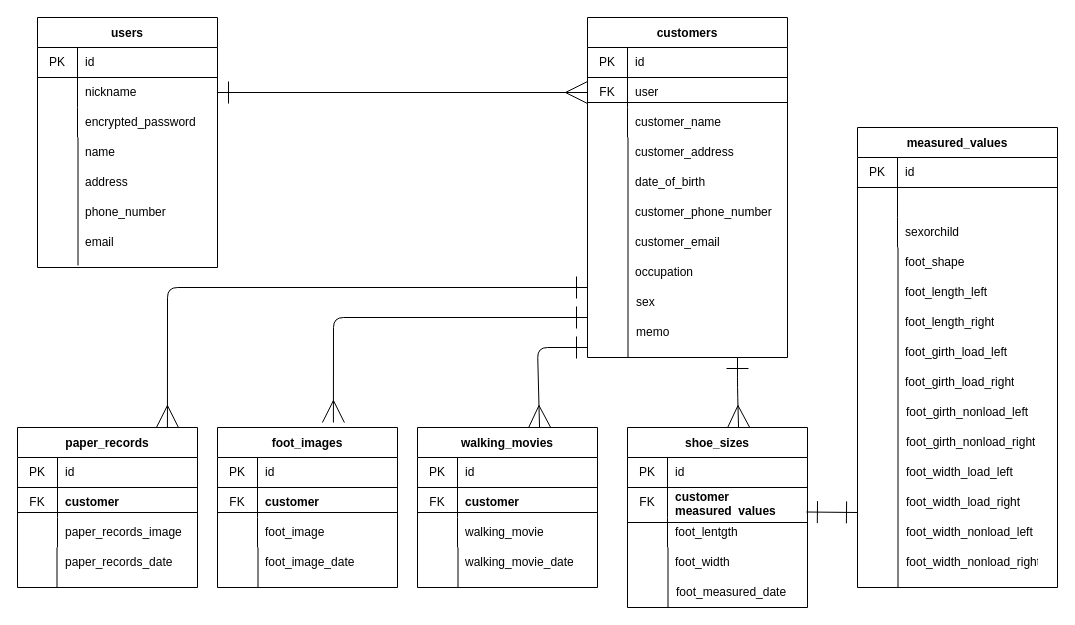
coffta/shoefit-pro keeps this draw.io diagram as ER図.dio. Above is the earlier version. Source tidied: cells renumbered, new cells numbered last; positions are measured from the earlier drawing's top-left corner, leaving out a move shared by most shapes. Both pictures are drawn from the tidied source at 100%, with x=0, y=0 at pixel (17, 17).
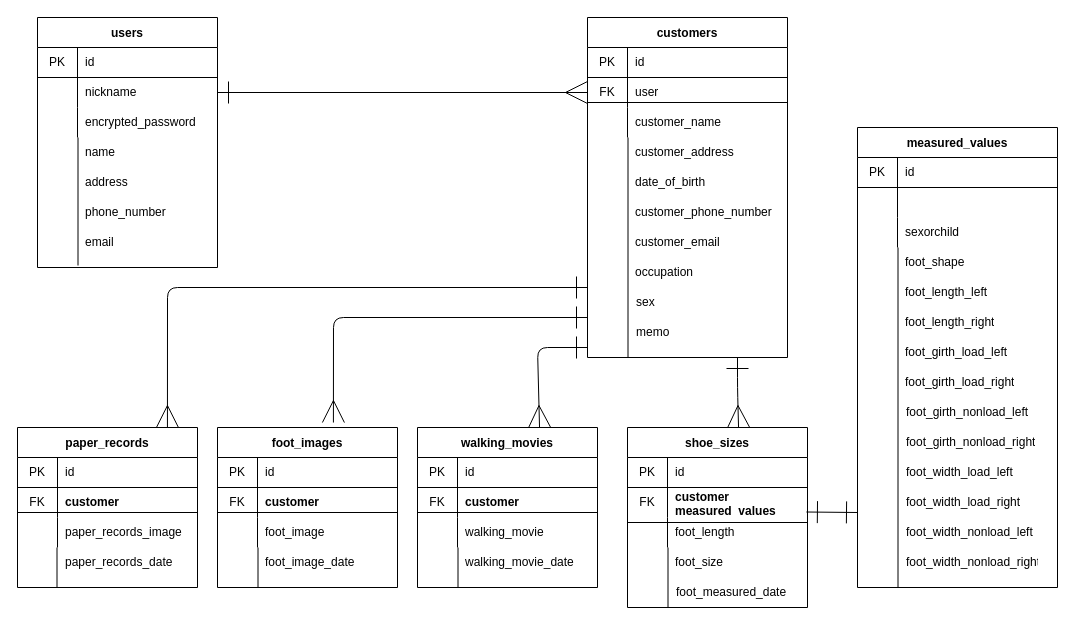
The same diagram, later.

Unchanged cells that the change refers to:
```xml
<mxCell id="83" style="shape=tableRow;horizontal=0;startSize=0;swimlaneHead=0;swimlaneBody=0;top=0;left=0;bottom=0;right=0;fillColor=none;strokeWidth=1;" parent="76" vertex="1">
  <mxGeometry y="90" width="180" height="30" as="geometry" />
</mxCell>
```

Change to the diagram source:
```diff
@@
-    <mxCell id="85" value="foot_lentgth" style="shape=partialRectangle;html=1;whiteSpace=wrap;fillColor=none;top=0;left=0;bottom=0;right=0;align=left;spacingLeft=6;overflow=hidden;strokeWidth=1;" parent="83" vertex="1">
+    <mxCell id="85" value="foot_length" style="shape=partialRectangle;html=1;whiteSpace=wrap;fillColor=none;top=0;left=0;bottom=0;right=0;align=left;spacingLeft=6;overflow=hidden;strokeWidth=1;" parent="83" vertex="1">
       <mxGeometry x="40" width="140" height="30" as="geometry" />
     </mxCell>
@@
-    <mxCell id="95" value="foot_width" style="shape=partialRectangle;html=1;whiteSpace=wrap;fillColor=none;top=0;left=0;bottom=0;right=0;align=left;spacingLeft=6;overflow=hidden;strokeWidth=1;" parent="1" vertex="1">
+    <mxCell id="95" value="foot_size" style="shape=partialRectangle;html=1;whiteSpace=wrap;fillColor=none;top=0;left=0;bottom=0;right=0;align=left;spacingLeft=6;overflow=hidden;strokeWidth=1;" parent="1" vertex="1">
       <mxGeometry x="650" y="530" width="140" height="30" as="geometry" />
     </mxCell>
```
